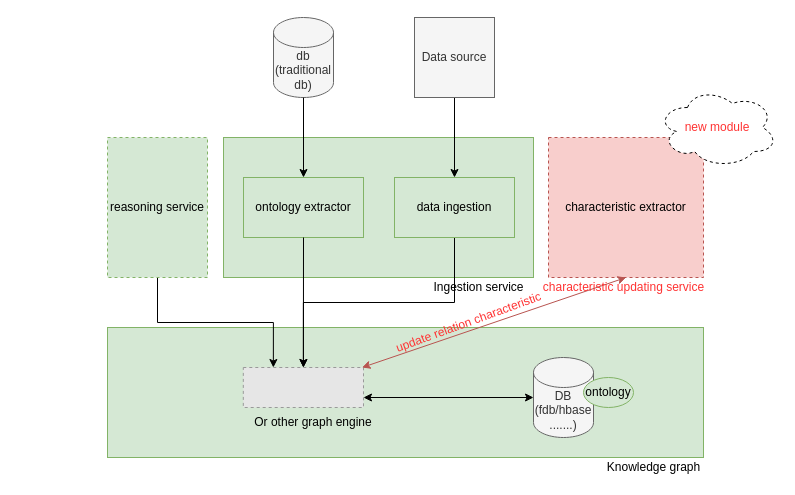
Earlier version of the draw.io diagram assets/extraction.drawio (ganisback/draw.io). Source tidied: cells renumbered, new cells numbered last; positions are measured from the earlier drawing's top-left corner, leaving out a move shared by most shapes. Both pictures are drawn from the tidied source at 100%, with x=0, y=0 at pixel (107, 17). Pictures stored in the file or linked from it are replaced by grey dashed boxes.
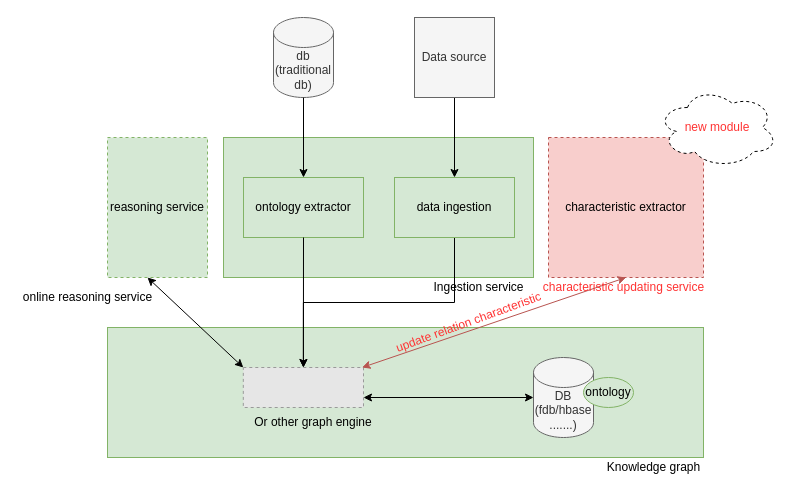
After the change.

Unchanged cells that the change refers to:
```xml
<mxCell id="7" style="fillColor=#E6E6E6;strokeColor=#999999;dashed=1;verticalLabelPosition=bottom;verticalAlign=top;" parent="1" vertex="1">
  <mxGeometry x="135.8" y="350" width="120.2" height="40" as="geometry" />
</mxCell>
<mxCell id="23" value="reasoning service" style="rounded=0;whiteSpace=wrap;html=1;dashed=1;fontFamily=Helvetica;fontSize=12;strokeColor=#82b366;fillColor=#d5e8d4;" parent="1" vertex="1">
  <mxGeometry y="120" width="100" height="140" as="geometry" />
</mxCell>
```

Diff of the diagram source:
```diff
@@
-    <mxCell id="22" style="edgeStyle=orthogonalEdgeStyle;rounded=0;jettySize=auto;html=1;exitX=0.5;exitY=1;exitDx=0;exitDy=0;entryX=0.25;entryY=0;entryDx=0;entryDy=0;fontFamily=Helvetica;fontSize=12;fontColor=#000000;" parent="1" edge="1" source="23" target="7">
-      <mxGeometry relative="1" as="geometry" />
-    </mxCell>
@@
+    <mxCell id="26" style="endArrow=classic;startArrow=classic;html=1;rounded=0;entryX=0;entryY=0;entryDx=0;entryDy=0;" parent="1" edge="1" target="7">
+      <mxGeometry relative="1" as="geometry">
+        <mxPoint x="40" y="260" as="sourcePoint" />
+      </mxGeometry>
+    </mxCell>
+    <mxCell id="27" value="online reasoning service" style="text;html=1;align=center;verticalAlign=middle;strokeColor=none;fillColor=none;" parent="1" vertex="1">
+      <mxGeometry x="-90" y="270" width="140" height="20" as="geometry" />
+    </mxCell>
```
